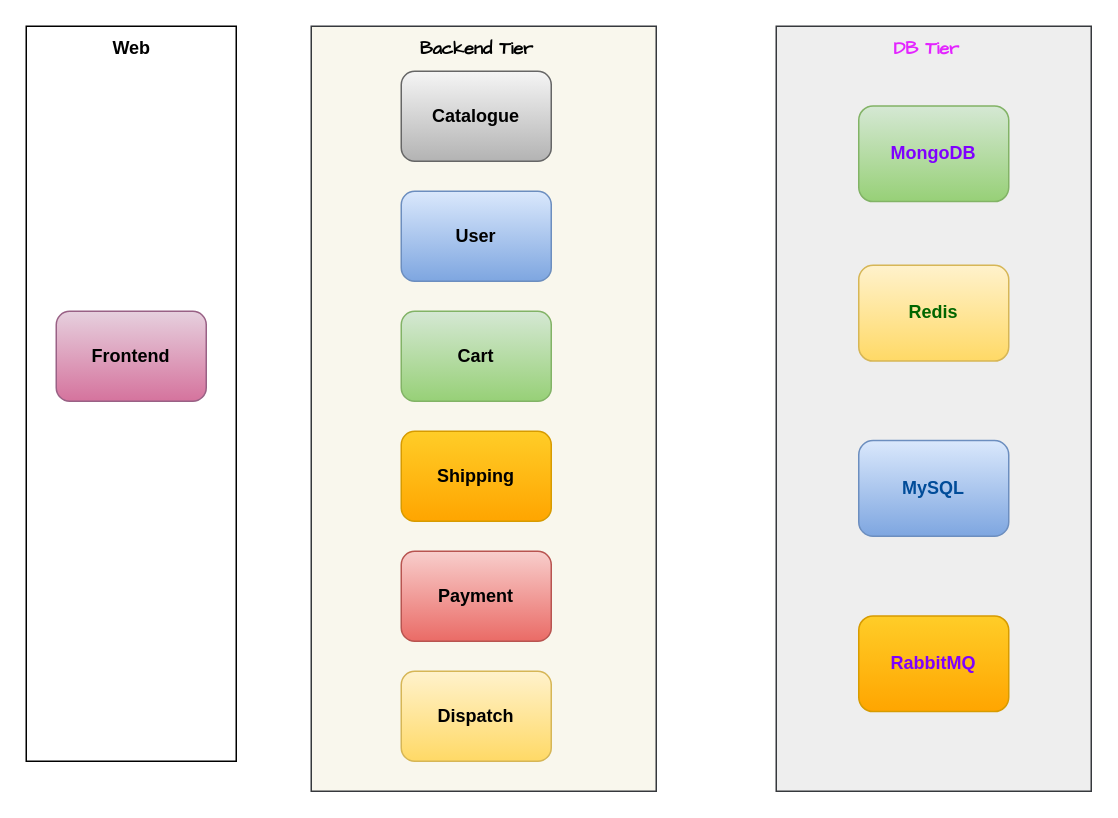
Earlier version of the draw.io diagram roboshop.drawio (daws-84s/diagrams). Source tidied: cells renumbered, new cells numbered last; positions are measured from the earlier drawing's top-left corner, leaving out a move shared by most shapes. Both pictures are drawn from the tidied source at 150%, with x=0, y=0 at pixel (26, 26).
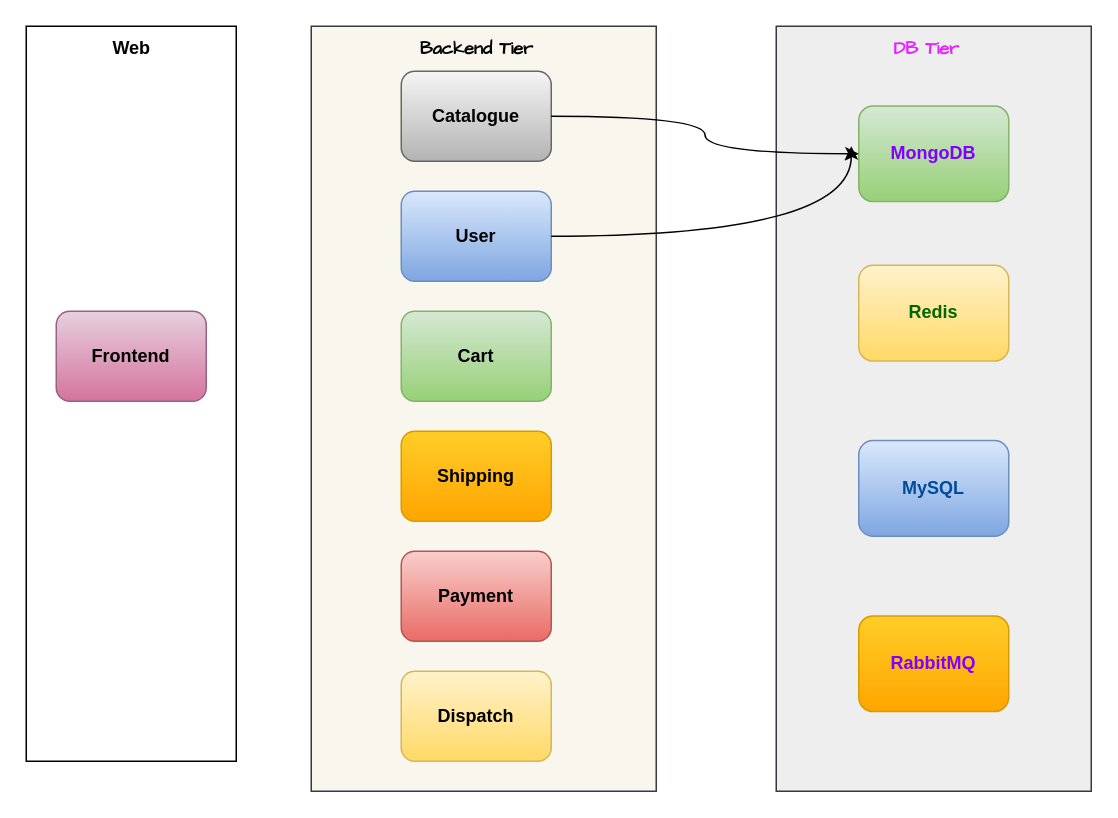
Above is the later version.

Unchanged cells that the change refers to:
```xml
<mxCell id="4" value="&lt;b&gt;Catalogue&lt;/b&gt;" style="rounded=1;whiteSpace=wrap;html=1;fillColor=#f5f5f5;gradientColor=#b3b3b3;strokeColor=#666666;" parent="1" vertex="1">
  <mxGeometry x="250" y="30" width="100" height="60" as="geometry" />
</mxCell>
<mxCell id="5" value="&lt;b&gt;User&lt;/b&gt;" style="rounded=1;whiteSpace=wrap;html=1;fillColor=#dae8fc;gradientColor=#7ea6e0;strokeColor=#6c8ebf;" parent="1" vertex="1">
  <mxGeometry x="250" y="110" width="100" height="60" as="geometry" />
</mxCell>
<mxCell id="16" value="&lt;b&gt;&lt;font style=&quot;color: rgb(127, 0, 255);&quot;&gt;MongoDB&lt;/font&gt;&lt;/b&gt;" style="rounded=1;whiteSpace=wrap;html=1;fillColor=#d5e8d4;gradientColor=#97d077;strokeColor=#82b366;" parent="15" vertex="1">
  <mxGeometry y="53.1" width="100" height="63.8" as="geometry" />
</mxCell>
```

The edit, as a diff of the source:
```diff
@@
+    <mxCell id="21" style="edgeStyle=orthogonalEdgeStyle;rounded=0;jettySize=auto;html=1;entryX=0;entryY=0.5;entryDx=0;entryDy=0;curved=1;" parent="1" edge="1" source="4" target="16">
+      <mxGeometry relative="1" as="geometry" />
+    </mxCell>
+    <mxCell id="22" style="edgeStyle=orthogonalEdgeStyle;rounded=0;jettySize=auto;html=1;curved=1;" parent="1" edge="1" source="5">
+      <mxGeometry relative="1" as="geometry">
+        <mxPoint x="550" y="80" as="targetPoint" />
+      </mxGeometry>
+    </mxCell>
```
